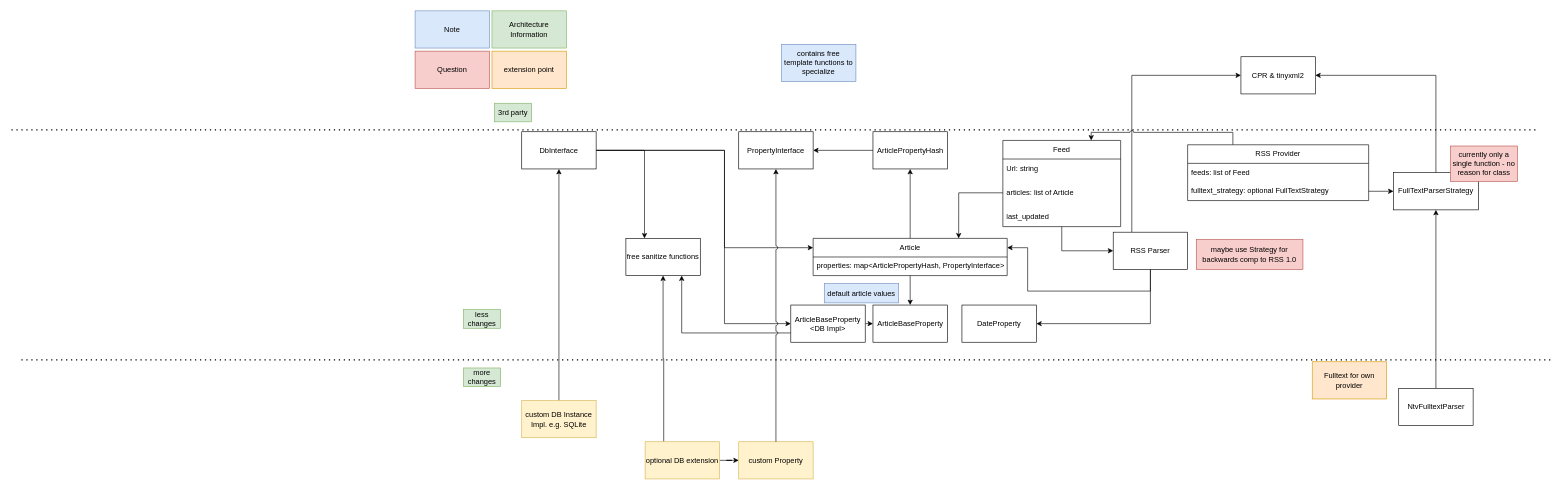
Before: doc/source/img/architecture.drawio in parthux1/feedcat, a draw.io diagram. Source tidied: cells renumbered, new cells numbered last; positions are measured from the earlier drawing's top-left corner, leaving out a move shared by most shapes. Both pictures are drawn from the tidied source at 62%, with x=0, y=0 at pixel (11, 11).
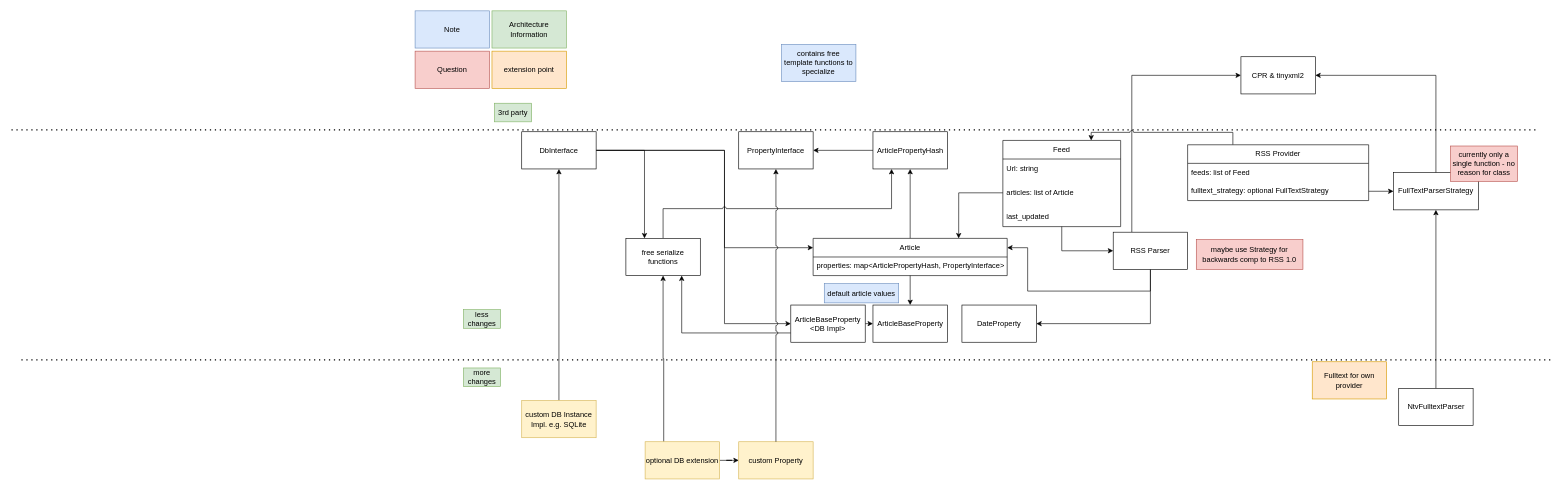
Above is the later version.

The change refers to these unchanged cells:
```xml
<mxCell id="46" value="ArticlePropertyHash" style="rounded=0;whiteSpace=wrap;html=1;" parent="1" vertex="1">
  <mxGeometry x="1389.5" y="195" width="120" height="60" as="geometry" />
</mxCell>
```

The edit, as a diff of the source:
```diff
@@
+    <mxCell id="60" style="edgeStyle=orthogonalEdgeStyle;rounded=0;jettySize=auto;html=1;entryX=0.25;entryY=1;entryDx=0;entryDy=0;jumpStyle=arc;" parent="1" edge="1" source="52" target="46">
+      <mxGeometry relative="1" as="geometry">
+        <Array as="points">
+          <mxPoint x="1051" y="319" />
+          <mxPoint x="1420" y="319" />
+        </Array>
+      </mxGeometry>
+    </mxCell>
-    <mxCell id="52" value="free sanitize functions" style="rounded=0;whiteSpace=wrap;html=1;" parent="1" vertex="1">
+    <mxCell id="52" value="free serialize functions" style="rounded=0;whiteSpace=wrap;html=1;" parent="1" vertex="1">
       <mxGeometry x="991" y="367" width="120" height="60" as="geometry" />
     </mxCell>
```
